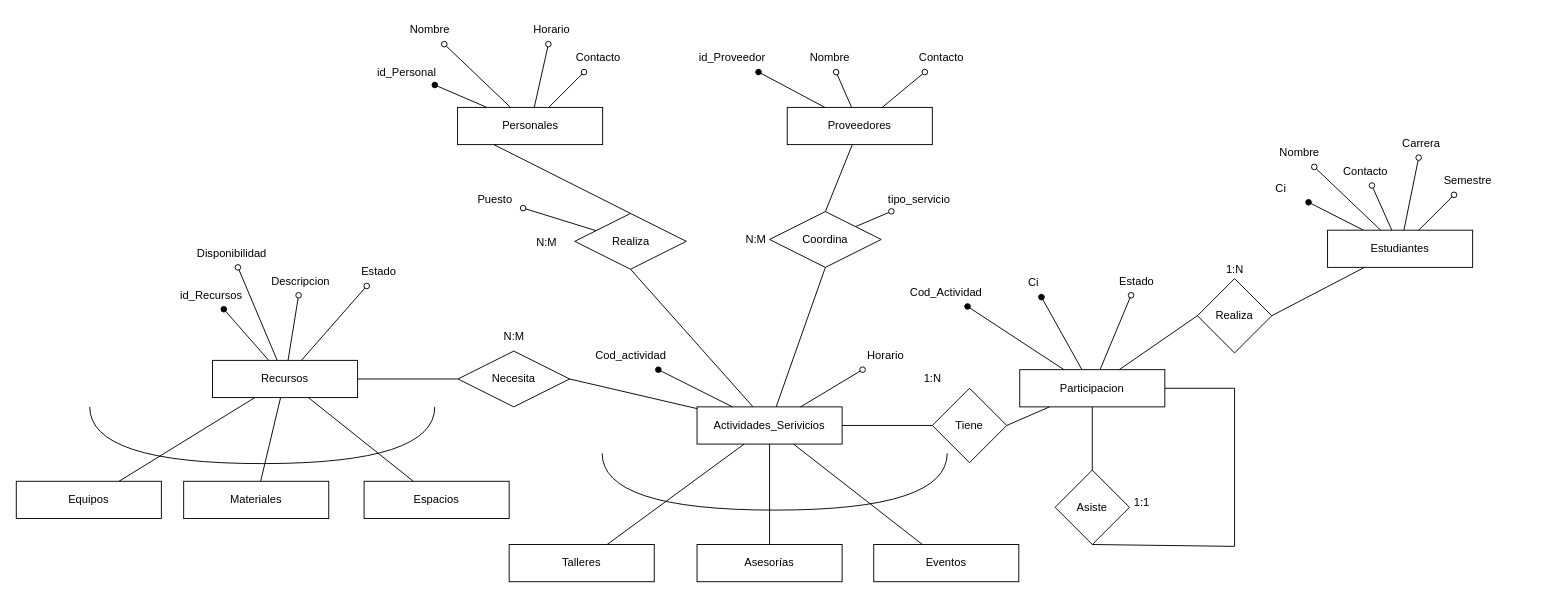
Above: Bienestar_social_UMSA.drawio in tomyivan/diagramas-DB (draw.io), before the change. Source tidied: cells renumbered, new cells numbered last; positions are measured from the earlier drawing's top-left corner, leaving out a move shared by most shapes. Both pictures are drawn from the tidied source at 93%, with x=0, y=0 at pixel (16, 16).
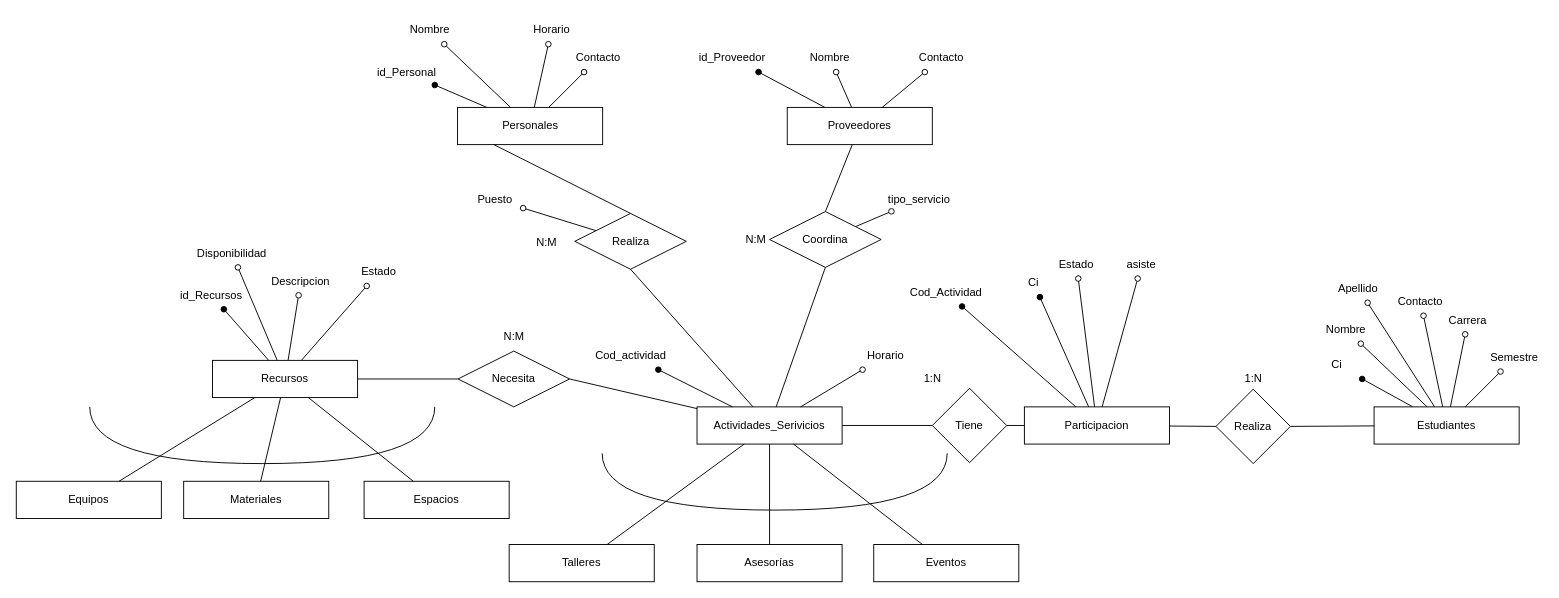
Above is the later version.

Change to the diagram source:
```diff
@@
     <mxCell id="3" value="Estudiantes" style="whiteSpace=wrap;html=1;align=center;" parent="1" vertex="1">
-      <mxGeometry x="1410" y="230" width="156" height="40" as="geometry" />
+      <mxGeometry x="1460" y="420" width="156" height="40" as="geometry" />
     </mxCell>
@@
     <mxCell id="5" value="Nombre" style="text;html=1;strokeColor=none;fillColor=none;align=center;verticalAlign=middle;whiteSpace=wrap;rounded=0;" parent="1" vertex="1">
-      <mxGeometry x="1350" y="132" width="60" height="30" as="geometry" />
+      <mxGeometry x="1400" y="322" width="60" height="30" as="geometry" />
     </mxCell>
     <mxCell id="6" value="Ci" style="text;html=1;strokeColor=none;fillColor=none;align=center;verticalAlign=middle;whiteSpace=wrap;rounded=0;" parent="1" vertex="1">
-      <mxGeometry x="1330" y="170" width="60" height="30" as="geometry" />
+      <mxGeometry x="1390" y="360" width="60" height="30" as="geometry" />
     </mxCell>
     <mxCell id="7" value="Carrera" style="text;html=1;strokeColor=none;fillColor=none;align=center;verticalAlign=middle;whiteSpace=wrap;rounded=0;" parent="1" vertex="1">
-      <mxGeometry x="1481" y="122" width="60" height="30" as="geometry" />
+      <mxGeometry x="1531" y="312" width="60" height="30" as="geometry" />
     </mxCell>
     <mxCell id="8" value="Semestre" style="text;html=1;strokeColor=none;fillColor=none;align=center;verticalAlign=middle;whiteSpace=wrap;rounded=0;" parent="1" vertex="1">
-      <mxGeometry x="1531" y="162" width="60" height="30" as="geometry" />
+      <mxGeometry x="1581" y="352" width="60" height="30" as="geometry" />
     </mxCell>
     <mxCell id="9" value="Contacto" style="text;html=1;strokeColor=none;fillColor=none;align=center;verticalAlign=middle;whiteSpace=wrap;rounded=0;" parent="1" vertex="1">
-      <mxGeometry x="1421" y="152" width="60" height="30" as="geometry" />
+      <mxGeometry x="1480" y="292" width="60" height="30" as="geometry" />
     </mxCell>
@@
     <mxCell id="66" value="Participacion" style="whiteSpace=wrap;html=1;align=center;" parent="1" vertex="1">
-      <mxGeometry x="1079" y="380" width="156" height="40" as="geometry" />
+      <mxGeometry x="1084" y="420" width="156" height="40" as="geometry" />
     </mxCell>
@@
-    <mxCell id="71" value="Asiste" style="rhombus;whiteSpace=wrap;html=1;" parent="1" vertex="1">
-      <mxGeometry x="1117" y="488" width="80" height="80" as="geometry" />
-    </mxCell>
-    <mxCell id="72" style="endArrow=none;html=1;rounded=0;exitX=0.5;exitY=0;exitDx=0;exitDy=0;entryX=0.5;entryY=1;entryDx=0;entryDy=0;" parent="1" edge="1" source="71" target="66">
-      <mxGeometry relative="1" as="geometry" />
-    </mxCell>
-    <mxCell id="73" style="endArrow=none;html=1;rounded=0;exitX=1;exitY=0.5;exitDx=0;exitDy=0;entryX=0.5;entryY=1;entryDx=0;entryDy=0;" parent="1" edge="1" source="66" target="71">
-      <mxGeometry relative="1" as="geometry">
-        <Array as="points">
-          <mxPoint x="1310" y="400" />
-          <mxPoint x="1310" y="570" />
-        </Array>
-      </mxGeometry>
-    </mxCell>
     <mxCell id="74" value="Realiza" style="rhombus;whiteSpace=wrap;html=1;" parent="1" vertex="1">
-      <mxGeometry x="1270" y="282" width="80" height="80" as="geometry" />
+      <mxGeometry x="1290" y="401" width="80" height="80" as="geometry" />
     </mxCell>
@@
     <mxCell id="76" value="1:N" style="text;html=1;align=center;verticalAlign=middle;strokeColor=none;fillColor=none;" parent="1" vertex="1">
-      <mxGeometry x="1290" y="258" width="40" height="30" as="geometry" />
+      <mxGeometry x="1310" y="375" width="40" height="30" as="geometry" />
     </mxCell>
@@
     <mxCell id="80" value="Estado" style="text;html=1;strokeColor=none;fillColor=none;align=center;verticalAlign=middle;whiteSpace=wrap;rounded=0;" parent="1" vertex="1">
-      <mxGeometry x="1175" y="270" width="60" height="30" as="geometry" />
+      <mxGeometry x="1110" y="252" width="60" height="30" as="geometry" />
     </mxCell>
-    <mxCell id="81" value="1:1" style="text;html=1;align=center;verticalAlign=middle;strokeColor=none;fillColor=none;" parent="1" vertex="1">
-      <mxGeometry x="1190" y="508" width="40" height="30" as="geometry" />
-    </mxCell>
@@
+    <mxCell id="92" value="Apellido" style="text;html=1;strokeColor=none;fillColor=none;align=center;verticalAlign=middle;whiteSpace=wrap;rounded=0;" parent="1" vertex="1">
+      <mxGeometry x="1413.4" y="278" width="60" height="30" as="geometry" />
+    </mxCell>
+    <mxCell id="93" style="rounded=0;jettySize=auto;html=1;endArrow=oval;endFill=0;" parent="1" edge="1" source="3" target="92">
+      <mxGeometry relative="1" as="geometry" />
+    </mxCell>
+    <mxCell id="94" value="asiste" style="text;html=1;strokeColor=none;fillColor=none;align=center;verticalAlign=middle;whiteSpace=wrap;rounded=0;" parent="1" vertex="1">
+      <mxGeometry x="1180" y="252" width="60" height="30" as="geometry" />
+    </mxCell>
+    <mxCell id="95" style="rounded=0;jettySize=auto;html=1;endArrow=oval;endFill=0;" parent="1" edge="1" source="66" target="94">
+      <mxGeometry relative="1" as="geometry" />
+    </mxCell>
```
